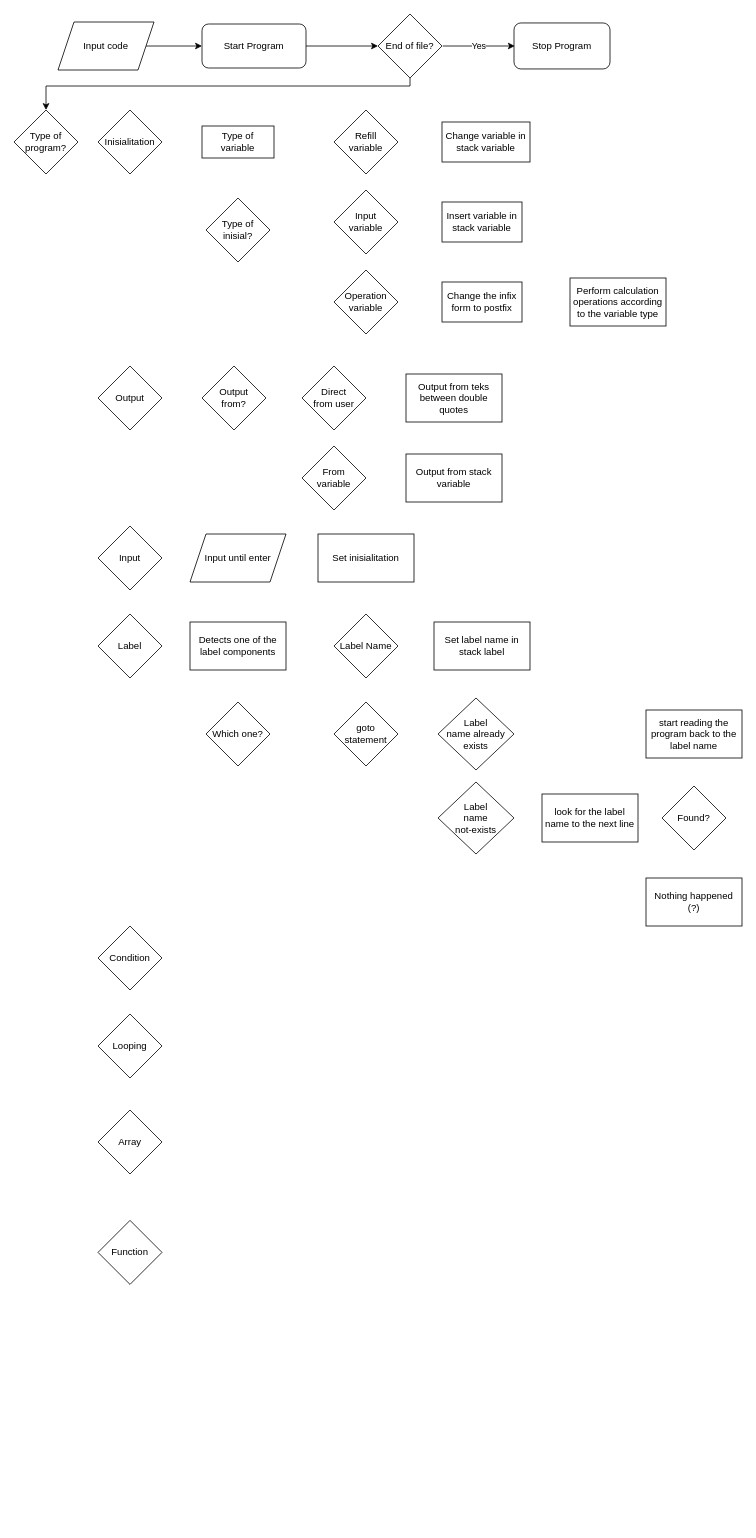
reeuze/Make-a-New-Language-Using-Python keeps this draw.io diagram as Flowchart.drawio. Above is the earlier version. Source tidied: cells renumbered, new cells numbered last; positions are measured from the earlier drawing's top-left corner, leaving out a move shared by most shapes. Both pictures are drawn from the tidied source at 80%, with x=0, y=0 at pixel (14, 14).
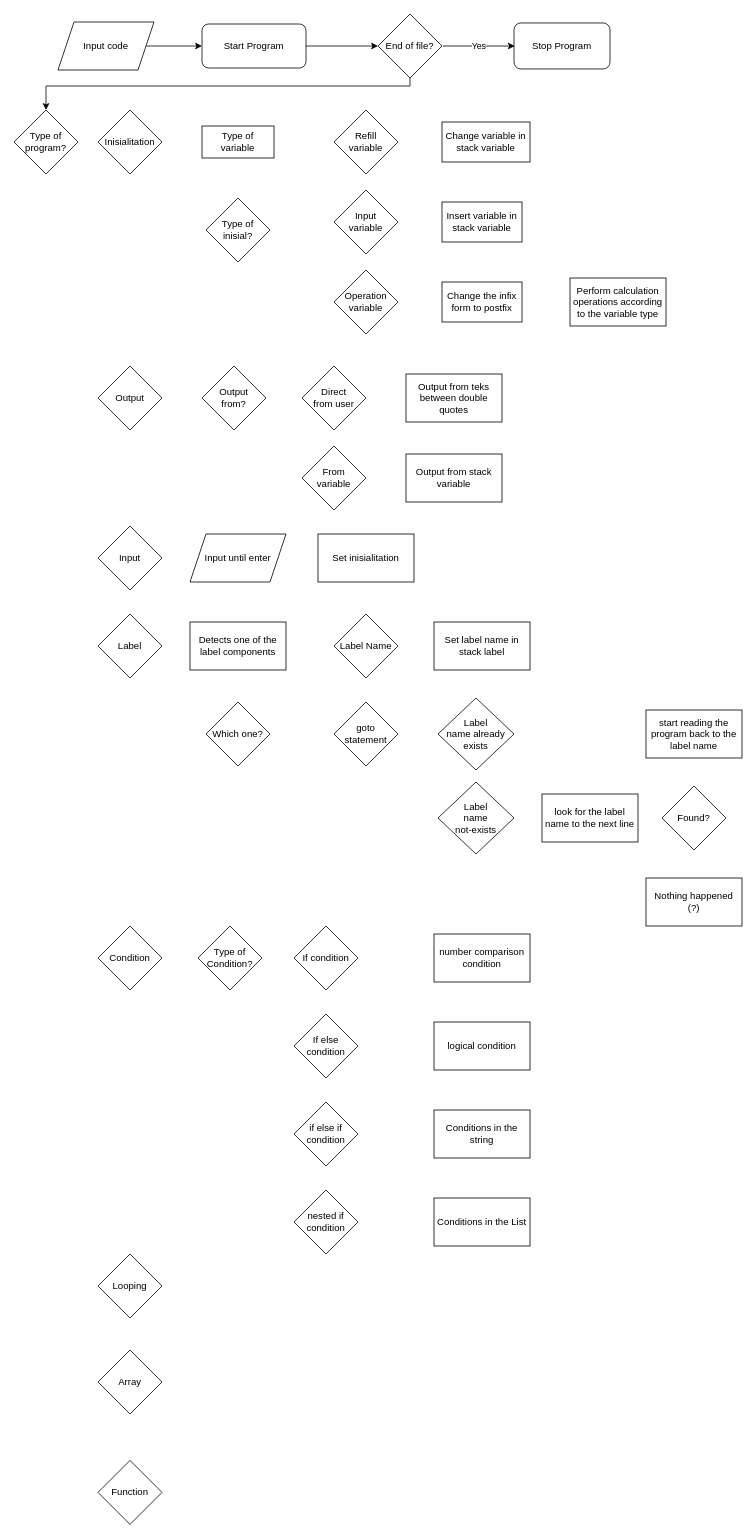
The same diagram, later.

Diff of the diagram source:
```diff
@@
     <mxCell id="16" value="Looping" style="rhombus;whiteSpace=wrap;html=1;" parent="1" vertex="1">
-      <mxGeometry x="105" y="1250" width="80" height="80" as="geometry" />
+      <mxGeometry x="105" y="1550" width="80" height="80" as="geometry" />
     </mxCell>
     <mxCell id="17" value="Array" style="rhombus;whiteSpace=wrap;html=1;" parent="1" vertex="1">
-      <mxGeometry x="105" y="1370" width="80" height="80" as="geometry" />
+      <mxGeometry x="105" y="1670" width="80" height="80" as="geometry" />
     </mxCell>
     <mxCell id="18" value="Function" style="rhombus;whiteSpace=wrap;html=1;" parent="1" vertex="1">
-      <mxGeometry x="105" y="1508" width="80" height="80" as="geometry" />
+      <mxGeometry x="105" y="1808" width="80" height="80" as="geometry" />
     </mxCell>
@@
+    <mxCell id="46" value="Type of&lt;br&gt;Condition?" style="rhombus;whiteSpace=wrap;html=1;" parent="1" vertex="1">
+      <mxGeometry x="230" y="1140" width="80" height="80" as="geometry" />
+    </mxCell>
+    <mxCell id="47" value="If condition" style="rhombus;whiteSpace=wrap;html=1;" parent="1" vertex="1">
+      <mxGeometry x="350" y="1140" width="80" height="80" as="geometry" />
+    </mxCell>
+    <mxCell id="48" value="If else&lt;br&gt;condition" style="rhombus;whiteSpace=wrap;html=1;" parent="1" vertex="1">
+      <mxGeometry x="350" y="1250" width="80" height="80" as="geometry" />
+    </mxCell>
+    <mxCell id="49" value="if else if&lt;br&gt;condition" style="rhombus;whiteSpace=wrap;html=1;" parent="1" vertex="1">
+      <mxGeometry x="350" y="1360" width="80" height="80" as="geometry" />
+    </mxCell>
+    <mxCell id="50" value="nested if&lt;br&gt;condition" style="rhombus;whiteSpace=wrap;html=1;" parent="1" vertex="1">
+      <mxGeometry x="350" y="1470" width="80" height="80" as="geometry" />
+    </mxCell>
+    <mxCell id="51" value="number comparison condition" style="rounded=0;whiteSpace=wrap;html=1;" parent="1" vertex="1">
+      <mxGeometry x="525" y="1150" width="120" height="60" as="geometry" />
+    </mxCell>
+    <mxCell id="52" value="logical condition" style="rounded=0;whiteSpace=wrap;html=1;" parent="1" vertex="1">
+      <mxGeometry x="525" y="1260" width="120" height="60" as="geometry" />
+    </mxCell>
+    <mxCell id="53" value="Conditions in the string" style="rounded=0;whiteSpace=wrap;html=1;" parent="1" vertex="1">
+      <mxGeometry x="525" y="1370" width="120" height="60" as="geometry" />
+    </mxCell>
+    <mxCell id="54" value="Conditions in the List" style="rounded=0;whiteSpace=wrap;html=1;" parent="1" vertex="1">
+      <mxGeometry x="525" y="1480" width="120" height="60" as="geometry" />
+    </mxCell>
```
